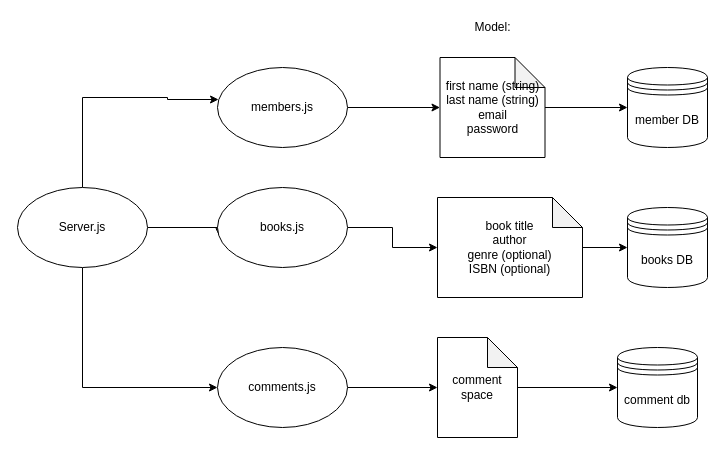
The draw.io diagram app-design/backend-structure.drawio in callmekeyz/backend-digital-bookclub, before the edit. Source tidied: cells renumbered, new cells numbered last; positions are measured from the earlier drawing's top-left corner, leaving out a move shared by most shapes. Both pictures are drawn from the tidied source at 100%, with x=0, y=0 at pixel (17, 17).
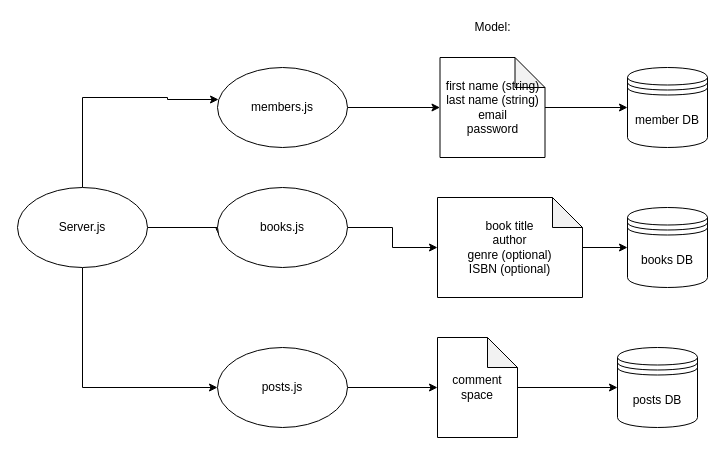
The same page after the edit.

Change to the diagram source:
```diff
@@
-    <mxCell id="19" value="comments.js" style="ellipse;whiteSpace=wrap;html=1;" parent="1" vertex="1">
+    <mxCell id="19" value="posts.js" style="ellipse;whiteSpace=wrap;html=1;" parent="1" vertex="1">
       <mxGeometry x="200" y="330" width="130" height="80" as="geometry" />
     </mxCell>
@@
-    <mxCell id="22" value="comment db" style="shape=datastore;whiteSpace=wrap;html=1;" parent="1" vertex="1">
+    <mxCell id="22" value="posts DB" style="shape=datastore;whiteSpace=wrap;html=1;" parent="1" vertex="1">
       <mxGeometry x="600" y="330" width="80" height="80" as="geometry" />
     </mxCell>
```
